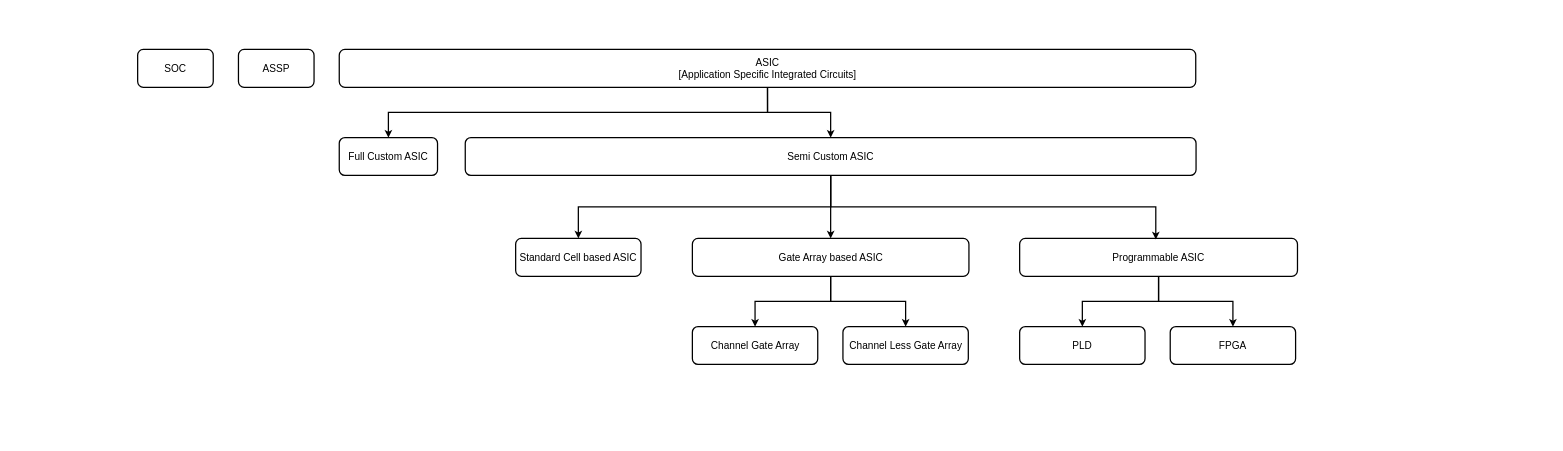
T-Maharshi-Sanand-Yadav/draw.io keeps this draw.io diagram as Types of Design.drawio. Above is the earlier version. Source tidied: cells renumbered, new cells numbered last; positions are measured from the earlier drawing's top-left corner, leaving out a move shared by most shapes. Both pictures are drawn from the tidied source at 63%, with x=0, y=0 at pixel (137, 49).
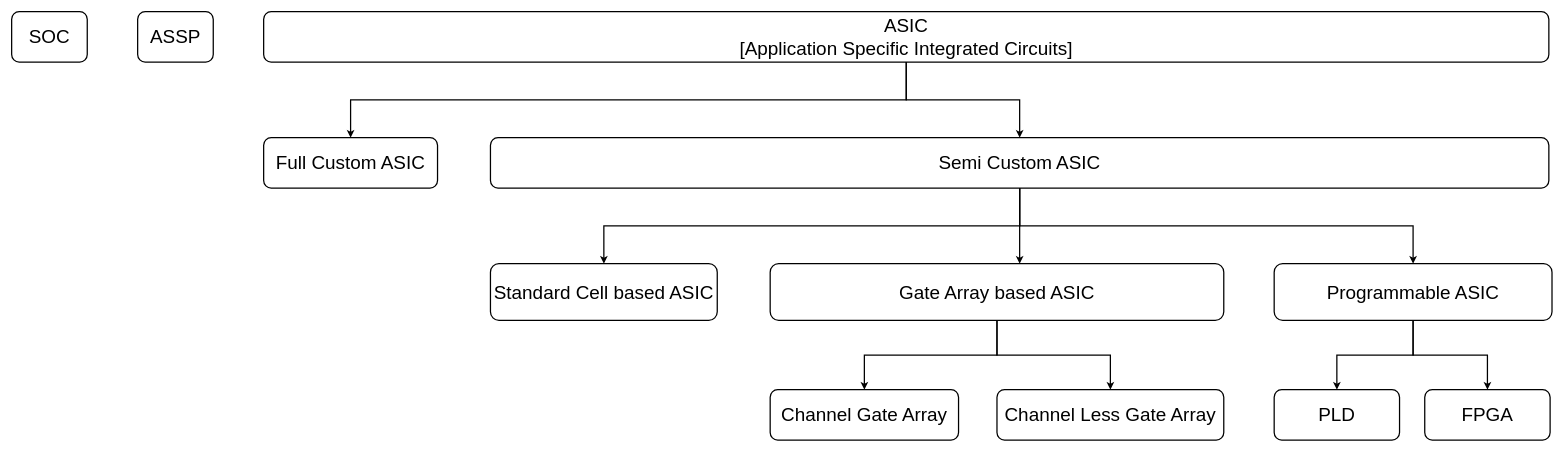
The same page after the edit.

Change to the diagram source:
```diff
@@
-    <mxCell id="2" value="SOC" style="rounded=1;whiteSpace=wrap;html=1;strokeWidth=2;fontSize=16;fontStyle=0;" parent="1" vertex="1">
-      <mxGeometry width="120" height="60" as="geometry" />
+    <mxCell id="2" value="SOC" style="rounded=1;whiteSpace=wrap;html=1;strokeWidth=2;fontSize=30;fontStyle=0;" parent="1" vertex="1">
+      <mxGeometry x="-200" y="-60" width="120" height="80" as="geometry" />
     </mxCell>
-    <mxCell id="3" value="ASSP" style="rounded=1;whiteSpace=wrap;html=1;strokeWidth=2;fontSize=16;fontStyle=0;" parent="1" vertex="1">
-      <mxGeometry x="160" width="120" height="60" as="geometry" />
+    <mxCell id="3" value="ASSP" style="rounded=1;whiteSpace=wrap;html=1;strokeWidth=2;fontSize=30;fontStyle=0;" parent="1" vertex="1">
+      <mxGeometry y="-60" width="120" height="80" as="geometry" />
     </mxCell>
-    <mxCell id="4" style="edgeStyle=orthogonalEdgeStyle;rounded=0;jettySize=auto;html=1;exitX=0.5;exitY=1;exitDx=0;exitDy=0;entryX=0.5;entryY=0;entryDx=0;entryDy=0;strokeWidth=2;fontSize=16;fontStyle=0;" parent="1" edge="1" source="6" target="7">
+    <mxCell id="4" style="edgeStyle=orthogonalEdgeStyle;rounded=0;jettySize=auto;html=1;exitX=0.5;exitY=1;exitDx=0;exitDy=0;entryX=0.5;entryY=0;entryDx=0;entryDy=0;strokeWidth=2;fontSize=30;fontStyle=0;" parent="1" edge="1" source="6" target="7">
       <mxGeometry relative="1" as="geometry" />
     </mxCell>
-    <mxCell id="5" style="edgeStyle=orthogonalEdgeStyle;rounded=0;jettySize=auto;html=1;exitX=0.5;exitY=1;exitDx=0;exitDy=0;entryX=0.5;entryY=0;entryDx=0;entryDy=0;strokeWidth=2;fontSize=16;fontStyle=0;" parent="1" edge="1" source="6" target="10">
+    <mxCell id="5" style="edgeStyle=orthogonalEdgeStyle;rounded=0;jettySize=auto;html=1;exitX=0.5;exitY=1;exitDx=0;exitDy=0;entryX=0.5;entryY=0;entryDx=0;entryDy=0;strokeWidth=2;fontSize=30;fontStyle=0;" parent="1" edge="1" source="6" target="10">
       <mxGeometry relative="1" as="geometry" />
     </mxCell>
-    <mxCell id="6" value="ASIC&lt;div&gt;[Application Specific Integrated Circuits]&lt;/div&gt;" style="rounded=1;whiteSpace=wrap;html=1;strokeWidth=2;fontSize=16;fontStyle=0;" parent="1" vertex="1">
-      <mxGeometry x="320" width="1359.5" height="60" as="geometry" />
+    <mxCell id="6" value="ASIC&lt;div&gt;[Application Specific Integrated Circuits]&lt;/div&gt;" style="rounded=1;whiteSpace=wrap;html=1;strokeWidth=2;fontSize=30;fontStyle=0;" parent="1" vertex="1">
+      <mxGeometry x="200" y="-60" width="2040" height="80" as="geometry" />
     </mxCell>
-    <mxCell id="7" value="Full Custom ASIC" style="rounded=1;whiteSpace=wrap;html=1;strokeWidth=2;fontSize=16;fontStyle=0;" parent="1" vertex="1">
-      <mxGeometry x="320" y="140" width="156" height="60" as="geometry" />
+    <mxCell id="7" value="Full Custom ASIC" style="rounded=1;whiteSpace=wrap;html=1;strokeWidth=2;fontSize=30;fontStyle=0;" parent="1" vertex="1">
+      <mxGeometry x="200" y="140" width="276" height="80" as="geometry" />
     </mxCell>
-    <mxCell id="8" style="edgeStyle=orthogonalEdgeStyle;rounded=0;jettySize=auto;html=1;entryX=0.5;entryY=0;entryDx=0;entryDy=0;strokeWidth=2;fontSize=16;exitX=0.5;exitY=1;exitDx=0;exitDy=0;fontStyle=0;" parent="1" edge="1" source="10" target="11">
-      <mxGeometry relative="1" as="geometry">
-        <Array as="points">
-          <mxPoint x="1100" y="250" />
-          <mxPoint x="699" y="250" />
-        </Array>
-      </mxGeometry>
+    <mxCell id="8" style="edgeStyle=orthogonalEdgeStyle;rounded=0;jettySize=auto;html=1;exitX=0.5;exitY=1;exitDx=0;exitDy=0;entryX=0.5;entryY=0;entryDx=0;entryDy=0;strokeWidth=2;" parent="1" edge="1" source="10" target="11">
+      <mxGeometry relative="1" as="geometry" />
     </mxCell>
-    <mxCell id="9" style="edgeStyle=orthogonalEdgeStyle;rounded=0;jettySize=auto;html=1;exitX=0.5;exitY=1;exitDx=0;exitDy=0;entryX=0.5;entryY=0;entryDx=0;entryDy=0;strokeWidth=2;fontStyle=0;" parent="1" edge="1" source="10" target="14">
-      <mxGeometry relative="1" as="geometry" />
-    </mxCell>
+    <mxCell id="22" style="edgeStyle=orthogonalEdgeStyle;rounded=0;jettySize=auto;html=1;exitX=0.5;exitY=1;exitDx=0;exitDy=0;strokeWidth=2;" parent="1" edge="1" source="10" target="17">
+      <mxGeometry relative="1" as="geometry" />
+    </mxCell>
-    <mxCell id="10" value="Semi Custom ASIC" style="rounded=1;whiteSpace=wrap;html=1;strokeWidth=2;fontSize=16;fontStyle=0;" parent="1" vertex="1">
-      <mxGeometry x="520" y="140" width="1160" height="60" as="geometry" />
+    <mxCell id="10" value="Semi Custom ASIC" style="rounded=1;whiteSpace=wrap;html=1;strokeWidth=2;fontSize=30;fontStyle=0;" parent="1" vertex="1">
+      <mxGeometry x="560" y="140" width="1680" height="80" as="geometry" />
     </mxCell>
-    <mxCell id="11" value="Standard Cell based ASIC" style="rounded=1;whiteSpace=wrap;html=1;strokeWidth=2;fontSize=16;fontStyle=0;" parent="1" vertex="1">
-      <mxGeometry x="600" y="300" width="199" height="60" as="geometry" />
+    <mxCell id="11" value="Standard Cell based ASIC" style="rounded=1;whiteSpace=wrap;html=1;strokeWidth=2;fontSize=30;fontStyle=0;" parent="1" vertex="1">
+      <mxGeometry x="560" y="340" width="360" height="90" as="geometry" />
     </mxCell>
-    <mxCell id="12" style="edgeStyle=orthogonalEdgeStyle;rounded=0;jettySize=auto;html=1;exitX=0.5;exitY=1;exitDx=0;exitDy=0;entryX=0.5;entryY=0;entryDx=0;entryDy=0;strokeWidth=2;fontSize=16;fontStyle=0;" parent="1" edge="1" source="14" target="18">
+    <mxCell id="12" style="edgeStyle=orthogonalEdgeStyle;rounded=0;jettySize=auto;html=1;exitX=0.5;exitY=1;exitDx=0;exitDy=0;entryX=0.5;entryY=0;entryDx=0;entryDy=0;strokeWidth=2;" parent="1" edge="1" source="14" target="18">
       <mxGeometry relative="1" as="geometry" />
     </mxCell>
-    <mxCell id="13" style="edgeStyle=orthogonalEdgeStyle;rounded=0;jettySize=auto;html=1;exitX=0.5;exitY=1;exitDx=0;exitDy=0;entryX=0.5;entryY=0;entryDx=0;entryDy=0;strokeWidth=2;fontSize=16;fontStyle=0;" parent="1" edge="1" source="14" target="19">
+    <mxCell id="13" style="edgeStyle=orthogonalEdgeStyle;rounded=0;jettySize=auto;html=1;exitX=0.5;exitY=1;exitDx=0;exitDy=0;entryX=0.5;entryY=0;entryDx=0;entryDy=0;strokeWidth=2;" parent="1" edge="1" source="14" target="19">
       <mxGeometry relative="1" as="geometry" />
     </mxCell>
-    <mxCell id="14" value="Gate Array based ASIC" style="rounded=1;whiteSpace=wrap;html=1;strokeWidth=2;fontSize=16;fontStyle=0;" parent="1" vertex="1">
-      <mxGeometry x="880.5" y="300" width="439" height="60" as="geometry" />
+    <mxCell id="14" value="Gate Array based ASIC" style="rounded=1;whiteSpace=wrap;html=1;strokeWidth=2;fontSize=30;fontStyle=0;" parent="1" vertex="1">
+      <mxGeometry x="1004" y="340" width="720" height="90" as="geometry" />
     </mxCell>
-    <mxCell id="15" style="edgeStyle=orthogonalEdgeStyle;rounded=0;jettySize=auto;html=1;exitX=0.5;exitY=1;exitDx=0;exitDy=0;entryX=0.5;entryY=0;entryDx=0;entryDy=0;strokeWidth=2;fontSize=16;fontStyle=0;" parent="1" edge="1" source="17" target="20">
+    <mxCell id="15" style="edgeStyle=orthogonalEdgeStyle;rounded=0;jettySize=auto;html=1;exitX=0.5;exitY=1;exitDx=0;exitDy=0;entryX=0.5;entryY=0;entryDx=0;entryDy=0;strokeWidth=2;" parent="1" edge="1" source="17" target="20">
       <mxGeometry relative="1" as="geometry" />
     </mxCell>
-    <mxCell id="16" style="edgeStyle=orthogonalEdgeStyle;rounded=0;jettySize=auto;html=1;exitX=0.5;exitY=1;exitDx=0;exitDy=0;entryX=0.5;entryY=0;entryDx=0;entryDy=0;strokeWidth=2;fontSize=16;fontStyle=0;" parent="1" edge="1" source="17" target="21">
+    <mxCell id="16" style="edgeStyle=orthogonalEdgeStyle;rounded=0;jettySize=auto;html=1;exitX=0.5;exitY=1;exitDx=0;exitDy=0;entryX=0.5;entryY=0;entryDx=0;entryDy=0;strokeWidth=2;" parent="1" edge="1" source="17" target="21">
       <mxGeometry relative="1" as="geometry" />
     </mxCell>
-    <mxCell id="17" value="Programmable ASIC" style="rounded=1;whiteSpace=wrap;html=1;strokeWidth=2;fontSize=16;fontStyle=0;" parent="1" vertex="1">
-      <mxGeometry x="1400" y="300" width="441" height="60" as="geometry" />
+    <mxCell id="17" value="Programmable ASIC" style="rounded=1;whiteSpace=wrap;html=1;strokeWidth=2;fontSize=30;fontStyle=0;" parent="1" vertex="1">
+      <mxGeometry x="1804" y="340" width="441" height="90" as="geometry" />
     </mxCell>
-    <mxCell id="18" value="Channel Gate Array" style="rounded=1;whiteSpace=wrap;html=1;strokeWidth=2;fontSize=16;fontStyle=0;" parent="1" vertex="1">
-      <mxGeometry x="880.5" y="440" width="199" height="60" as="geometry" />
+    <mxCell id="18" value="Channel Gate Array" style="rounded=1;whiteSpace=wrap;html=1;strokeWidth=2;fontSize=30;fontStyle=0;" parent="1" vertex="1">
+      <mxGeometry x="1004" y="540" width="299" height="80" as="geometry" />
     </mxCell>
-    <mxCell id="19" value="Channel Less Gate Array" style="rounded=1;whiteSpace=wrap;html=1;strokeWidth=2;fontSize=16;fontStyle=0;" parent="1" vertex="1">
-      <mxGeometry x="1119.5" y="440" width="199" height="60" as="geometry" />
+    <mxCell id="19" value="Channel Less Gate Array" style="rounded=1;whiteSpace=wrap;html=1;strokeWidth=2;fontSize=30;fontStyle=0;" parent="1" vertex="1">
+      <mxGeometry x="1364" y="540" width="360" height="80" as="geometry" />
     </mxCell>
-    <mxCell id="20" value="PLD" style="rounded=1;whiteSpace=wrap;html=1;strokeWidth=2;fontSize=16;fontStyle=0;" parent="1" vertex="1">
-      <mxGeometry x="1400" y="440" width="199" height="60" as="geometry" />
+    <mxCell id="20" value="PLD" style="rounded=1;whiteSpace=wrap;html=1;strokeWidth=2;fontSize=30;fontStyle=0;" parent="1" vertex="1">
+      <mxGeometry x="1804" y="540" width="199" height="80" as="geometry" />
     </mxCell>
-    <mxCell id="21" value="FPGA" style="rounded=1;whiteSpace=wrap;html=1;strokeWidth=2;fontSize=16;fontStyle=0;" parent="1" vertex="1">
-      <mxGeometry x="1639" y="440" width="199" height="60" as="geometry" />
+    <mxCell id="21" value="FPGA" style="rounded=1;whiteSpace=wrap;html=1;strokeWidth=2;fontSize=30;fontStyle=0;" parent="1" vertex="1">
+      <mxGeometry x="2043" y="540" width="199" height="80" as="geometry" />
     </mxCell>
-    <mxCell id="22" style="edgeStyle=orthogonalEdgeStyle;rounded=0;jettySize=auto;html=1;exitX=0.5;exitY=1;exitDx=0;exitDy=0;entryX=0.49;entryY=0.026;entryDx=0;entryDy=0;entryPerimeter=0;strokeWidth=2;fontSize=16;fontStyle=0;" parent="1" edge="1" source="10" target="17">
-      <mxGeometry relative="1" as="geometry" />
-    </mxCell>
+    <mxCell id="9" style="edgeStyle=orthogonalEdgeStyle;rounded=0;jettySize=auto;html=1;exitX=0.5;exitY=1;exitDx=0;exitDy=0;entryX=0.55;entryY=0;entryDx=0;entryDy=0;entryPerimeter=0;strokeWidth=2;" parent="1" edge="1" source="10" target="14">
+      <mxGeometry relative="1" as="geometry" />
+    </mxCell>
```
